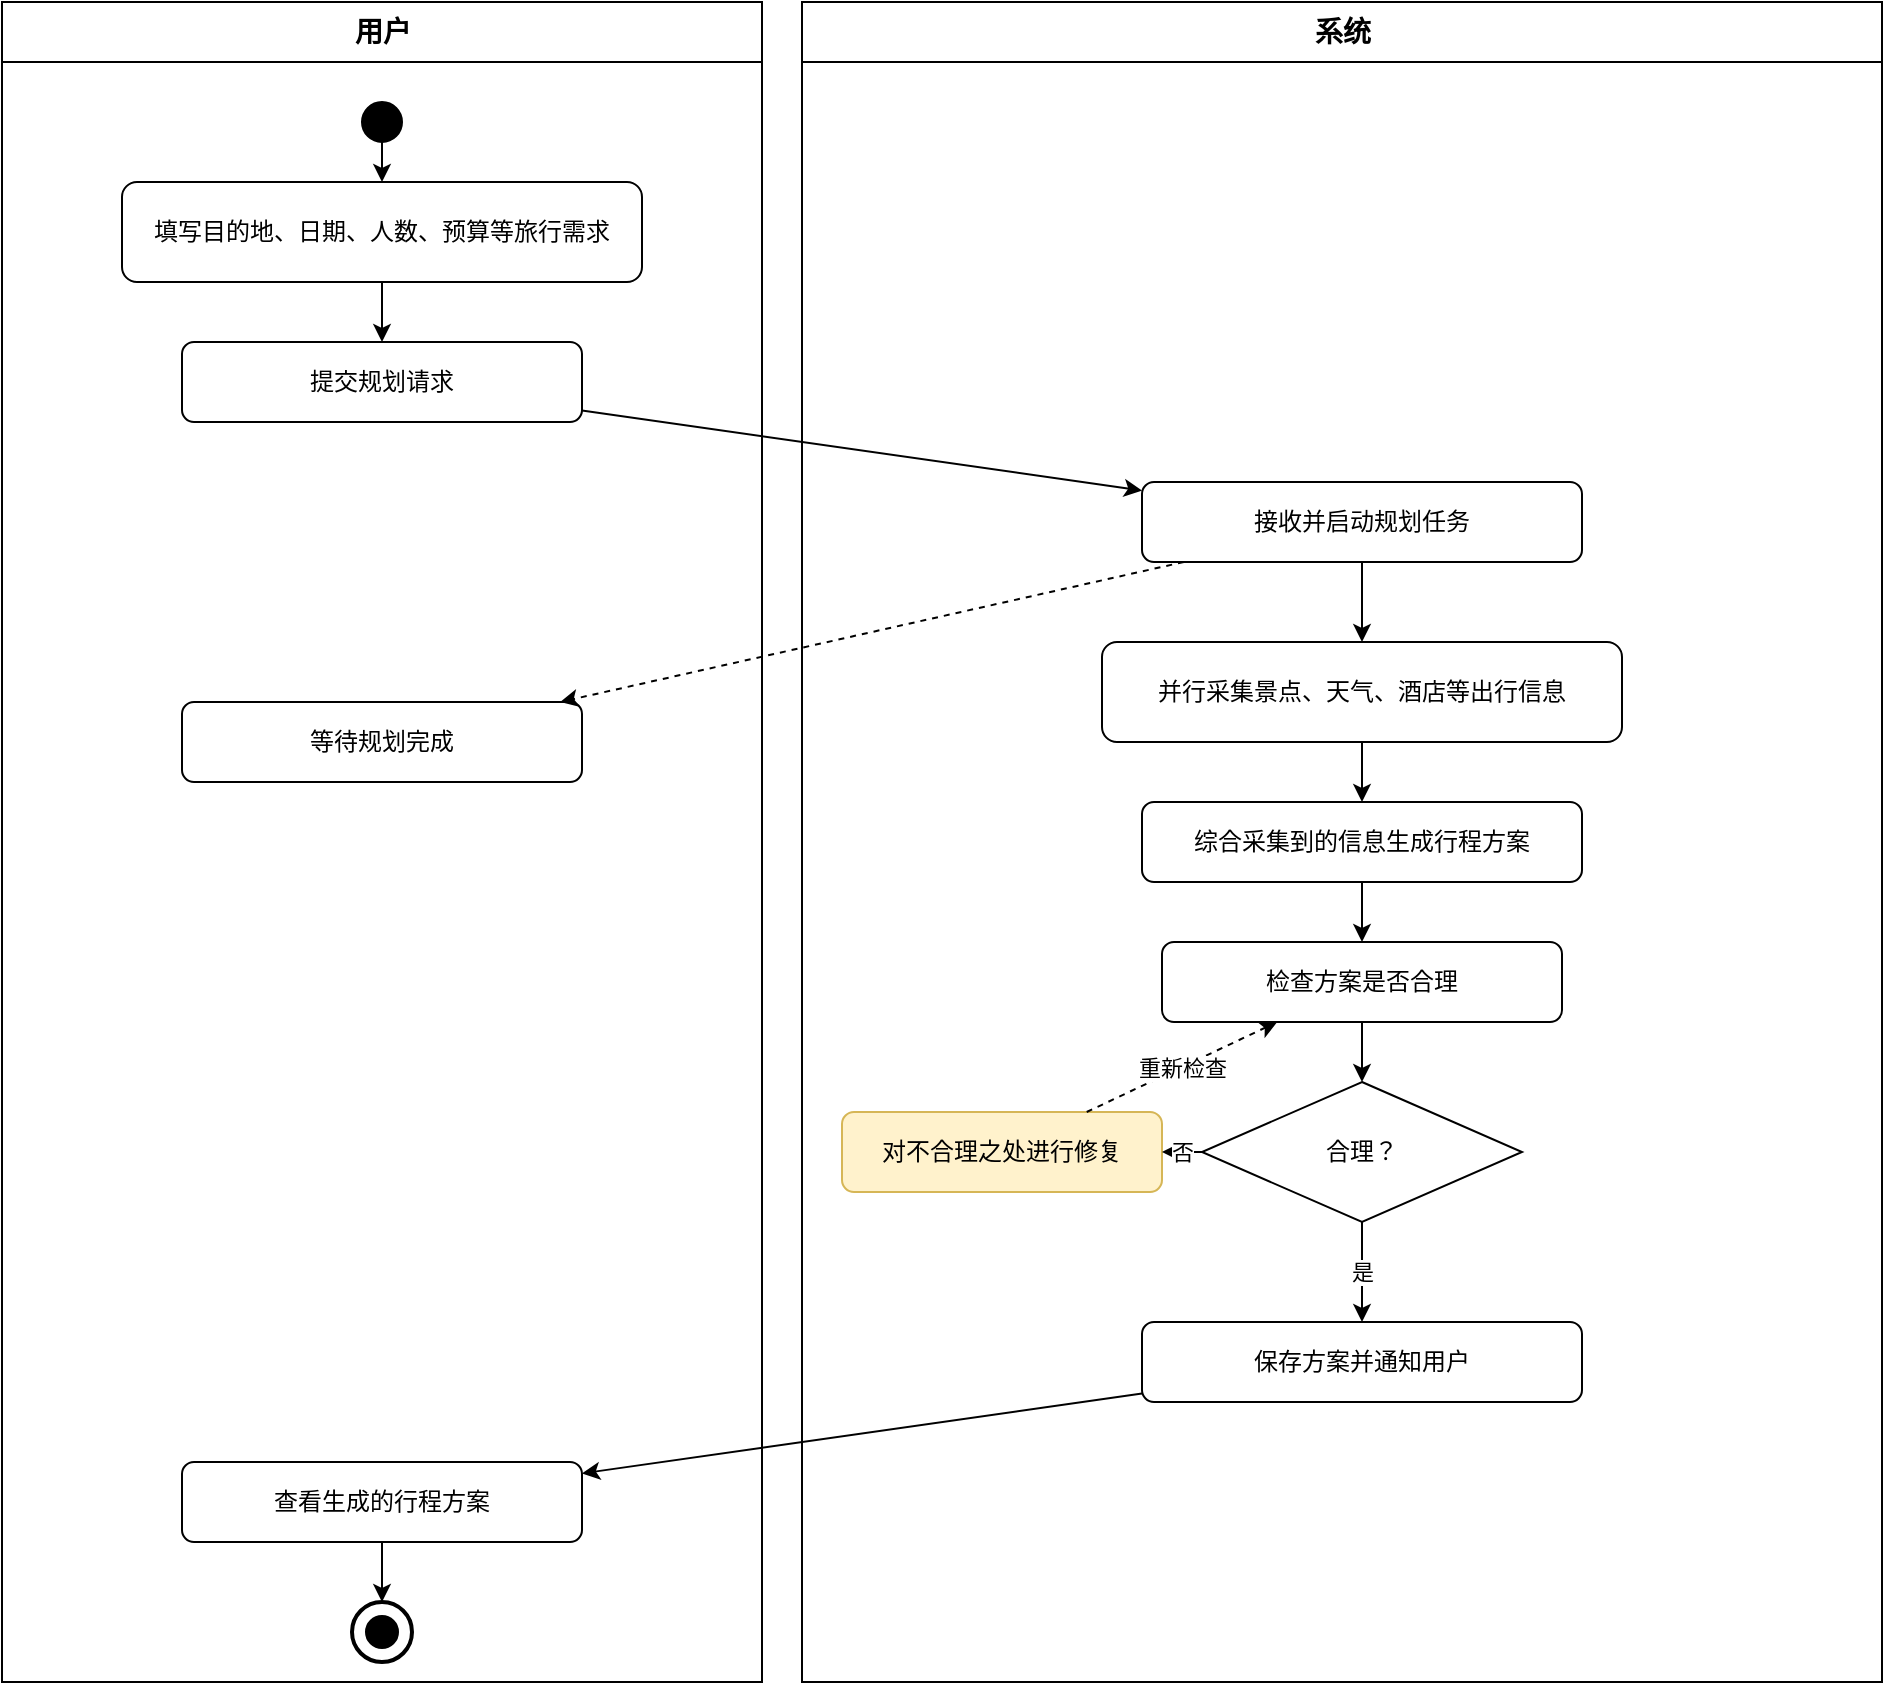
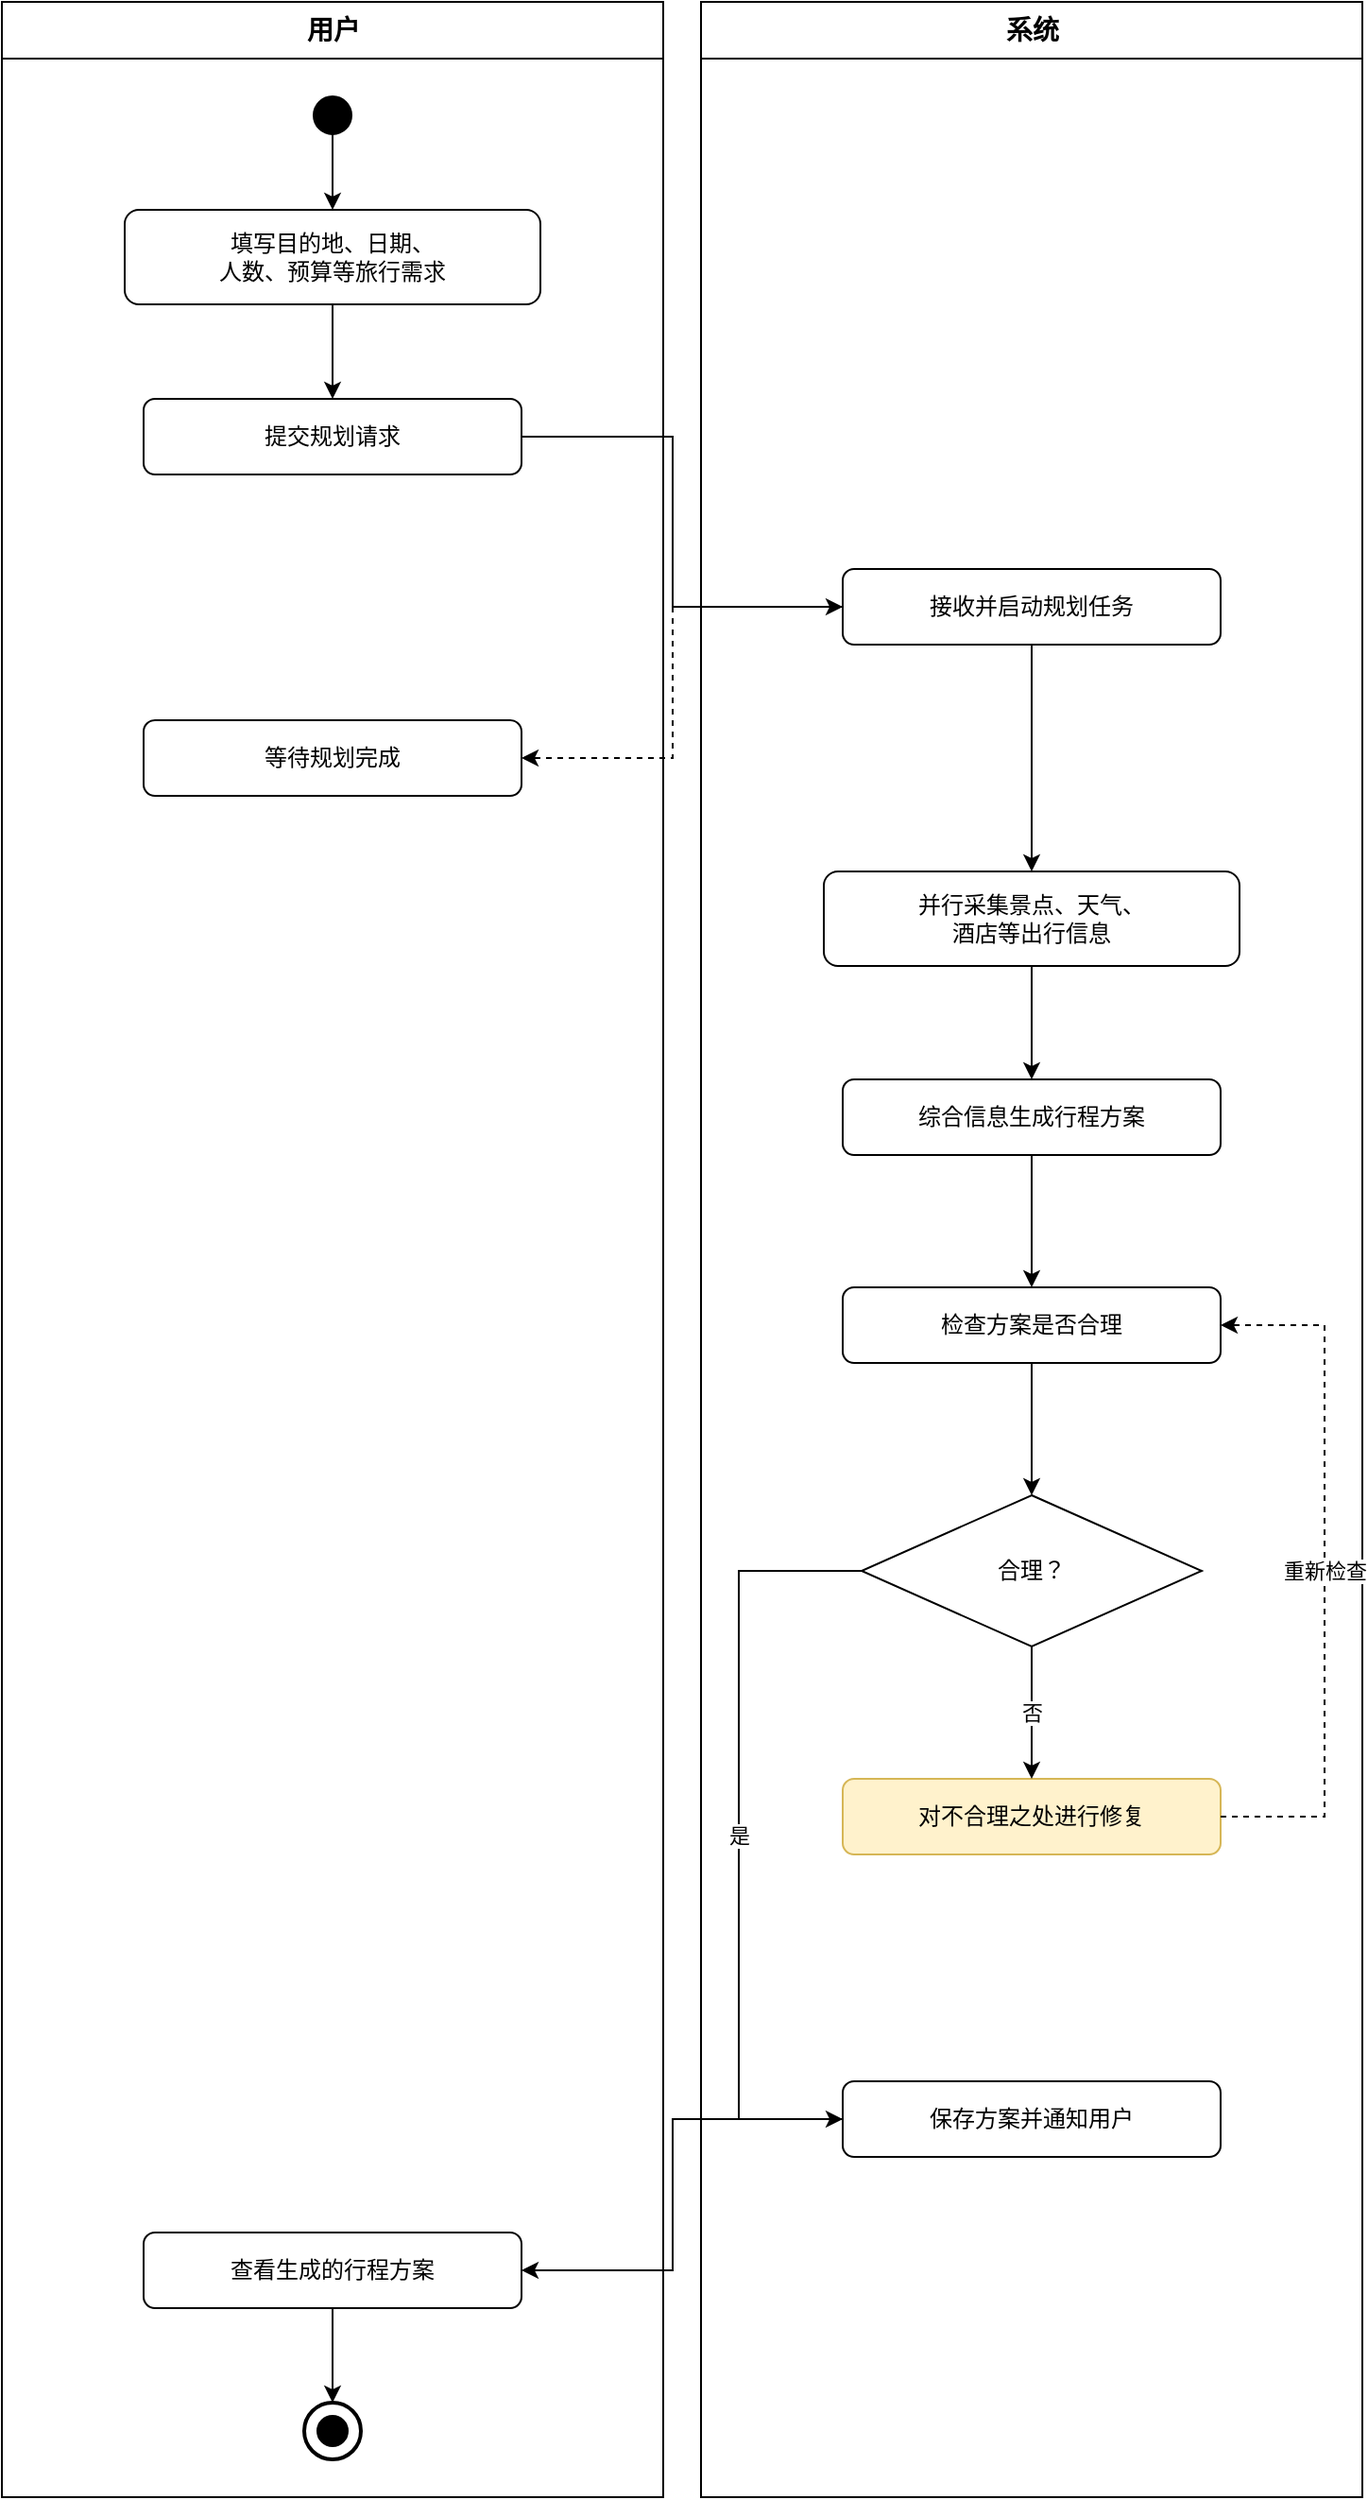
<mxfile host="app.diagrams.net" type="device">
  <diagram name="智能旅行规划活动图" id="actPlan">
-     <mxGraphModel dx="1100" dy="900" grid="1" gridSize="10" guides="1" tooltips="1" connect="1" arrows="1" fold="1" page="1" pageScale="1" pageWidth="1000" pageHeight="900" math="0" shadow="0">
+     <mxGraphModel dx="900" dy="1400" grid="1" gridSize="10" guides="1" tooltips="1" connect="1" arrows="1" fold="1" page="1" pageScale="1" pageWidth="900" pageHeight="1400" math="0" shadow="0">
      <root>
        <mxCell id="0"/>
        <mxCell id="1" parent="0"/>
-         <mxCell id="lu" value="用户" style="swimlane;html=1;startSize=30;horizontal=1;fontSize=14;fontStyle=1;fillColor=#ffffff;strokeColor=#000000;swimlaneFillColor=#ffffff;" vertex="1" parent="1"><mxGeometry x="20" y="20" width="380" height="840" as="geometry"/></mxCell>
-         <mxCell id="ls" value="系统" style="swimlane;html=1;startSize=30;horizontal=1;fontSize=14;fontStyle=1;fillColor=#ffffff;strokeColor=#000000;swimlaneFillColor=#ffffff;" vertex="1" parent="1"><mxGeometry x="420" y="20" width="540" height="840" as="geometry"/></mxCell>
-         <mxCell id="u_start" value="" style="ellipse;html=1;fillColor=#000000;strokeColor=#000000;" vertex="1" parent="lu"><mxGeometry x="180" y="50" width="20" height="20" as="geometry"/></mxCell>
-         <mxCell id="u1" value="填写目的地、日期、人数、预算等旅行需求" style="rounded=1;whiteSpace=wrap;html=1;fontSize=12;" vertex="1" parent="lu"><mxGeometry x="60" y="90" width="260" height="50" as="geometry"/></mxCell>
-         <mxCell id="u2" value="提交规划请求" style="rounded=1;whiteSpace=wrap;html=1;fontSize=12;" vertex="1" parent="lu"><mxGeometry x="90" y="170" width="200" height="40" as="geometry"/></mxCell>
-         <mxCell id="u3" value="等待规划完成" style="rounded=1;whiteSpace=wrap;html=1;fontSize=12;" vertex="1" parent="lu"><mxGeometry x="90" y="350" width="200" height="40" as="geometry"/></mxCell>
-         <mxCell id="u4" value="查看生成的行程方案" style="rounded=1;whiteSpace=wrap;html=1;fontSize=12;" vertex="1" parent="lu"><mxGeometry x="90" y="730" width="200" height="40" as="geometry"/></mxCell>
-         <mxCell id="u_end_outer" value="" style="ellipse;html=1;fillColor=#ffffff;strokeColor=#000000;strokeWidth=2;" vertex="1" parent="lu"><mxGeometry x="175" y="800" width="30" height="30" as="geometry"/></mxCell>
-         <mxCell id="u_end_inner" value="" style="ellipse;html=1;fillColor=#000000;strokeColor=#000000;" vertex="1" parent="lu"><mxGeometry x="182" y="807" width="16" height="16" as="geometry"/></mxCell>
-         <mxCell id="s1" value="接收并启动规划任务" style="rounded=1;whiteSpace=wrap;html=1;fontSize=12;" vertex="1" parent="ls"><mxGeometry x="170" y="240" width="220" height="40" as="geometry"/></mxCell>
-         <mxCell id="s2" value="并行采集景点、天气、酒店等出行信息" style="rounded=1;whiteSpace=wrap;html=1;fontSize=12;" vertex="1" parent="ls"><mxGeometry x="150" y="320" width="260" height="50" as="geometry"/></mxCell>
-         <mxCell id="s3" value="综合采集到的信息生成行程方案" style="rounded=1;whiteSpace=wrap;html=1;fontSize=12;" vertex="1" parent="ls"><mxGeometry x="170" y="400" width="220" height="40" as="geometry"/></mxCell>
-         <mxCell id="s4" value="检查方案是否合理" style="rounded=1;whiteSpace=wrap;html=1;fontSize=12;" vertex="1" parent="ls"><mxGeometry x="180" y="470" width="200" height="40" as="geometry"/></mxCell>
-         <mxCell id="s_dec" value="合理？" style="rhombus;whiteSpace=wrap;html=1;fontSize=12;" vertex="1" parent="ls"><mxGeometry x="200" y="540" width="160" height="70" as="geometry"/></mxCell>
-         <mxCell id="s_repair" value="对不合理之处进行修复" style="rounded=1;whiteSpace=wrap;html=1;fillColor=#fff2cc;strokeColor=#d6b656;fontSize=12;" vertex="1" parent="ls"><mxGeometry x="20" y="555" width="160" height="40" as="geometry"/></mxCell>
-         <mxCell id="s5" value="保存方案并通知用户" style="rounded=1;whiteSpace=wrap;html=1;fontSize=12;" vertex="1" parent="ls"><mxGeometry x="170" y="660" width="220" height="40" as="geometry"/></mxCell>
-         <mxCell id="e1" style="endArrow=classic;html=1;" edge="1" parent="1" source="u_start" target="u1"><mxGeometry relative="1" as="geometry"/></mxCell>
-         <mxCell id="e2" style="endArrow=classic;html=1;" edge="1" parent="1" source="u1" target="u2"><mxGeometry relative="1" as="geometry"/></mxCell>
-         <mxCell id="e3" style="endArrow=classic;html=1;" edge="1" parent="1" source="u2" target="s1"><mxGeometry relative="1" as="geometry"/></mxCell>
-         <mxCell id="e4" style="endArrow=classic;html=1;dashed=1;" edge="1" parent="1" source="s1" target="u3"><mxGeometry relative="1" as="geometry"/></mxCell>
-         <mxCell id="e5" style="endArrow=classic;html=1;" edge="1" parent="1" source="s1" target="s2"><mxGeometry relative="1" as="geometry"/></mxCell>
-         <mxCell id="e6" style="endArrow=classic;html=1;" edge="1" parent="1" source="s2" target="s3"><mxGeometry relative="1" as="geometry"/></mxCell>
-         <mxCell id="e7" style="endArrow=classic;html=1;" edge="1" parent="1" source="s3" target="s4"><mxGeometry relative="1" as="geometry"/></mxCell>
-         <mxCell id="e8" style="endArrow=classic;html=1;" edge="1" parent="1" source="s4" target="s_dec"><mxGeometry relative="1" as="geometry"/></mxCell>
-         <mxCell id="e9" value="否" style="endArrow=classic;html=1;exitX=0;exitY=0.5;exitDx=0;exitDy=0;" edge="1" parent="1" source="s_dec" target="s_repair"><mxGeometry relative="1" as="geometry"/></mxCell>
-         <mxCell id="e10" value="重新检查" style="endArrow=classic;html=1;dashed=1;" edge="1" parent="1" source="s_repair" target="s4"><mxGeometry relative="1" as="geometry"/></mxCell>
-         <mxCell id="e11" value="是" style="endArrow=classic;html=1;exitX=0.5;exitY=1;exitDx=0;exitDy=0;" edge="1" parent="1" source="s_dec" target="s5"><mxGeometry relative="1" as="geometry"/></mxCell>
-         <mxCell id="e12" style="endArrow=classic;html=1;" edge="1" parent="1" source="s5" target="u4"><mxGeometry relative="1" as="geometry"/></mxCell>
-         <mxCell id="e13" style="endArrow=classic;html=1;" edge="1" parent="1" source="u4" target="u_end_outer"><mxGeometry relative="1" as="geometry"/></mxCell>
+         <!-- 垂直泳道 -->
+         <mxCell id="lu" value="用户" style="swimlane;html=1;startSize=30;horizontal=1;fontSize=14;fontStyle=1;fillColor=#ffffff;strokeColor=#000000;swimlaneFillColor=#ffffff;" vertex="1" parent="1">
+           <mxGeometry x="50" y="20" width="350" height="1320" as="geometry"/>
+         </mxCell>
+         <mxCell id="ls" value="系统" style="swimlane;html=1;startSize=30;horizontal=1;fontSize=14;fontStyle=1;fillColor=#ffffff;strokeColor=#000000;swimlaneFillColor=#ffffff;" vertex="1" parent="1">
+           <mxGeometry x="420" y="20" width="350" height="1320" as="geometry"/>
+         </mxCell>
+         <!-- ====== 用户节点 ====== -->
+         <mxCell id="u_start" style="ellipse;html=1;fillColor=#000000;strokeColor=#000000;" value="" vertex="1" parent="lu">
+           <mxGeometry x="165" y="50" width="20" height="20" as="geometry"/>
+         </mxCell>
+         <mxCell id="u1" style="rounded=1;whiteSpace=wrap;html=1;fontSize=12;" value="填写目的地、日期、&#xa;人数、预算等旅行需求" vertex="1" parent="lu">
+           <mxGeometry x="65" y="110" width="220" height="50" as="geometry"/>
+         </mxCell>
+         <mxCell id="u2" style="rounded=1;whiteSpace=wrap;html=1;fontSize=12;" value="提交规划请求" vertex="1" parent="lu">
+           <mxGeometry x="75" y="210" width="200" height="40" as="geometry"/>
+         </mxCell>
+         <mxCell id="u3" style="rounded=1;whiteSpace=wrap;html=1;fontSize=12;" value="等待规划完成" vertex="1" parent="lu">
+           <mxGeometry x="75" y="380" width="200" height="40" as="geometry"/>
+         </mxCell>
+         <mxCell id="u4" style="rounded=1;whiteSpace=wrap;html=1;fontSize=12;" value="查看生成的行程方案" vertex="1" parent="lu">
+           <mxGeometry x="75" y="1180" width="200" height="40" as="geometry"/>
+         </mxCell>
+         <mxCell id="u_end_outer" style="ellipse;html=1;fillColor=#ffffff;strokeColor=#000000;strokeWidth=2;" value="" vertex="1" parent="lu">
+           <mxGeometry x="160" y="1270" width="30" height="30" as="geometry"/>
+         </mxCell>
+         <mxCell id="u_end_inner" style="ellipse;html=1;fillColor=#000000;strokeColor=#000000;" value="" vertex="1" parent="lu">
+           <mxGeometry x="167" y="1277" width="16" height="16" as="geometry"/>
+         </mxCell>
+         <!-- ====== 系统节点 ====== -->
+         <mxCell id="s1" style="rounded=1;whiteSpace=wrap;html=1;fontSize=12;" value="接收并启动规划任务" vertex="1" parent="ls">
+           <mxGeometry x="75" y="300" width="200" height="40" as="geometry"/>
+         </mxCell>
+         <mxCell id="s2" style="rounded=1;whiteSpace=wrap;html=1;fontSize=12;" value="并行采集景点、天气、&#xa;酒店等出行信息" vertex="1" parent="ls">
+           <mxGeometry x="65" y="460" width="220" height="50" as="geometry"/>
+         </mxCell>
+         <mxCell id="s3" style="rounded=1;whiteSpace=wrap;html=1;fontSize=12;" value="综合信息生成行程方案" vertex="1" parent="ls">
+           <mxGeometry x="75" y="570" width="200" height="40" as="geometry"/>
+         </mxCell>
+         <mxCell id="s4" style="rounded=1;whiteSpace=wrap;html=1;fontSize=12;" value="检查方案是否合理" vertex="1" parent="ls">
+           <mxGeometry x="75" y="680" width="200" height="40" as="geometry"/>
+         </mxCell>
+         <mxCell id="s_dec" style="rhombus;whiteSpace=wrap;html=1;fontSize=12;" value="合理？" vertex="1" parent="ls">
+           <mxGeometry x="85" y="790" width="180" height="80" as="geometry"/>
+         </mxCell>
+         <mxCell id="s_repair" style="rounded=1;whiteSpace=wrap;html=1;fillColor=#fff2cc;strokeColor=#d6b656;fontSize=12;" value="对不合理之处进行修复" vertex="1" parent="ls">
+           <mxGeometry x="75" y="940" width="200" height="40" as="geometry"/>
+         </mxCell>
+         <mxCell id="s5" style="rounded=1;whiteSpace=wrap;html=1;fontSize=12;" value="保存方案并通知用户" vertex="1" parent="ls">
+           <mxGeometry x="75" y="1100" width="200" height="40" as="geometry"/>
+         </mxCell>
+         <!-- ====== 连线 ====== -->
+         <!-- 起始→填写 -->
+         <mxCell id="e1" style="endArrow=classic;html=1;edgeStyle=orthogonalEdgeStyle;rounded=0;" edge="1" parent="1" source="u_start" target="u1">
+           <mxGeometry relative="1" as="geometry"/>
+         </mxCell>
+         <!-- 填写→提交 -->
+         <mxCell id="e2" style="endArrow=classic;html=1;edgeStyle=orthogonalEdgeStyle;rounded=0;" edge="1" parent="1" source="u1" target="u2">
+           <mxGeometry relative="1" as="geometry"/>
+         </mxCell>
+         <!-- 提交→系统接收（跨泳道水平） -->
+         <mxCell id="e3" style="endArrow=classic;html=1;edgeStyle=orthogonalEdgeStyle;rounded=0;exitX=1;exitY=0.5;exitDx=0;exitDy=0;entryX=0;entryY=0.5;entryDx=0;entryDy=0;" edge="1" parent="1" source="u2" target="s1">
+           <mxGeometry relative="1" as="geometry">
+             <Array as="points">
+               <mxPoint x="405" y="250" />
+               <mxPoint x="405" y="340" />
+             </Array>
+           </mxGeometry>
+         </mxCell>
+         <!-- 系统接收→用户等待（跨泳道水平，虚线） -->
+         <mxCell id="e4" style="endArrow=classic;html=1;dashed=1;edgeStyle=orthogonalEdgeStyle;rounded=0;exitX=0;exitY=0.5;exitDx=0;exitDy=0;entryX=1;entryY=0.5;entryDx=0;entryDy=0;" edge="1" parent="1" source="s1" target="u3">
+           <mxGeometry relative="1" as="geometry">
+             <Array as="points">
+               <mxPoint x="405" y="340" />
+               <mxPoint x="405" y="420" />
+             </Array>
+           </mxGeometry>
+         </mxCell>
+         <!-- 系统接收→采集 -->
+         <mxCell id="e5" style="endArrow=classic;html=1;edgeStyle=orthogonalEdgeStyle;rounded=0;" edge="1" parent="1" source="s1" target="s2">
+           <mxGeometry relative="1" as="geometry"/>
+         </mxCell>
+         <!-- 采集→生成 -->
+         <mxCell id="e6" style="endArrow=classic;html=1;edgeStyle=orthogonalEdgeStyle;rounded=0;" edge="1" parent="1" source="s2" target="s3">
+           <mxGeometry relative="1" as="geometry"/>
+         </mxCell>
+         <!-- 生成→检查 -->
+         <mxCell id="e7" style="endArrow=classic;html=1;edgeStyle=orthogonalEdgeStyle;rounded=0;" edge="1" parent="1" source="s3" target="s4">
+           <mxGeometry relative="1" as="geometry"/>
+         </mxCell>
+         <!-- 检查→判断 -->
+         <mxCell id="e8" style="endArrow=classic;html=1;edgeStyle=orthogonalEdgeStyle;rounded=0;" edge="1" parent="1" source="s4" target="s_dec">
+           <mxGeometry relative="1" as="geometry"/>
+         </mxCell>
+         <!-- 否→修复（向下） -->
+         <mxCell id="e9" value="否" style="endArrow=classic;html=1;exitX=0.5;exitY=1;exitDx=0;exitDy=0;entryX=0.5;entryY=0;entryDx=0;entryDy=0;edgeStyle=orthogonalEdgeStyle;rounded=0;" edge="1" parent="1" source="s_dec" target="s_repair">
+           <mxGeometry relative="1" as="geometry"/>
+         </mxCell>
+         <!-- 修复→检查（沿右侧边缘向上回到检查） -->
+         <mxCell id="e10" value="重新检查" style="endArrow=classic;html=1;dashed=1;edgeStyle=orthogonalEdgeStyle;rounded=0;exitX=1;exitY=0.5;exitDx=0;exitDy=0;entryX=1;entryY=0.5;entryDx=0;entryDy=0;" edge="1" parent="1" source="s_repair" target="s4">
+           <mxGeometry relative="1" as="geometry">
+             <Array as="points">
+               <mxPoint x="750" y="980" />
+               <mxPoint x="750" y="720" />
+             </Array>
+           </mxGeometry>
+         </mxCell>
+         <!-- 是→保存（沿左侧边缘绕过修复节点） -->
+         <mxCell id="e11" value="是" style="endArrow=classic;html=1;exitX=0;exitY=0.5;exitDx=0;exitDy=0;entryX=0;entryY=0.5;entryDx=0;entryDy=0;edgeStyle=orthogonalEdgeStyle;rounded=0;" edge="1" parent="1" source="s_dec" target="s5">
+           <mxGeometry relative="1" as="geometry">
+             <Array as="points">
+               <mxPoint x="440" y="850" />
+               <mxPoint x="440" y="1140" />
+             </Array>
+           </mxGeometry>
+         </mxCell>
+         <!-- 保存→用户查看（跨泳道水平） -->
+         <mxCell id="e12" style="endArrow=classic;html=1;edgeStyle=orthogonalEdgeStyle;rounded=0;exitX=0;exitY=0.5;exitDx=0;exitDy=0;entryX=1;entryY=0.5;entryDx=0;entryDy=0;" edge="1" parent="1" source="s5" target="u4">
+           <mxGeometry relative="1" as="geometry">
+             <Array as="points">
+               <mxPoint x="405" y="1140" />
+               <mxPoint x="405" y="1220" />
+             </Array>
+           </mxGeometry>
+         </mxCell>
+         <!-- 查看→结束 -->
+         <mxCell id="e13" style="endArrow=classic;html=1;edgeStyle=orthogonalEdgeStyle;rounded=0;" edge="1" parent="1" source="u4" target="u_end_outer">
+           <mxGeometry relative="1" as="geometry"/>
+         </mxCell>
      </root>
    </mxGraphModel>
  </diagram>
</mxfile>
